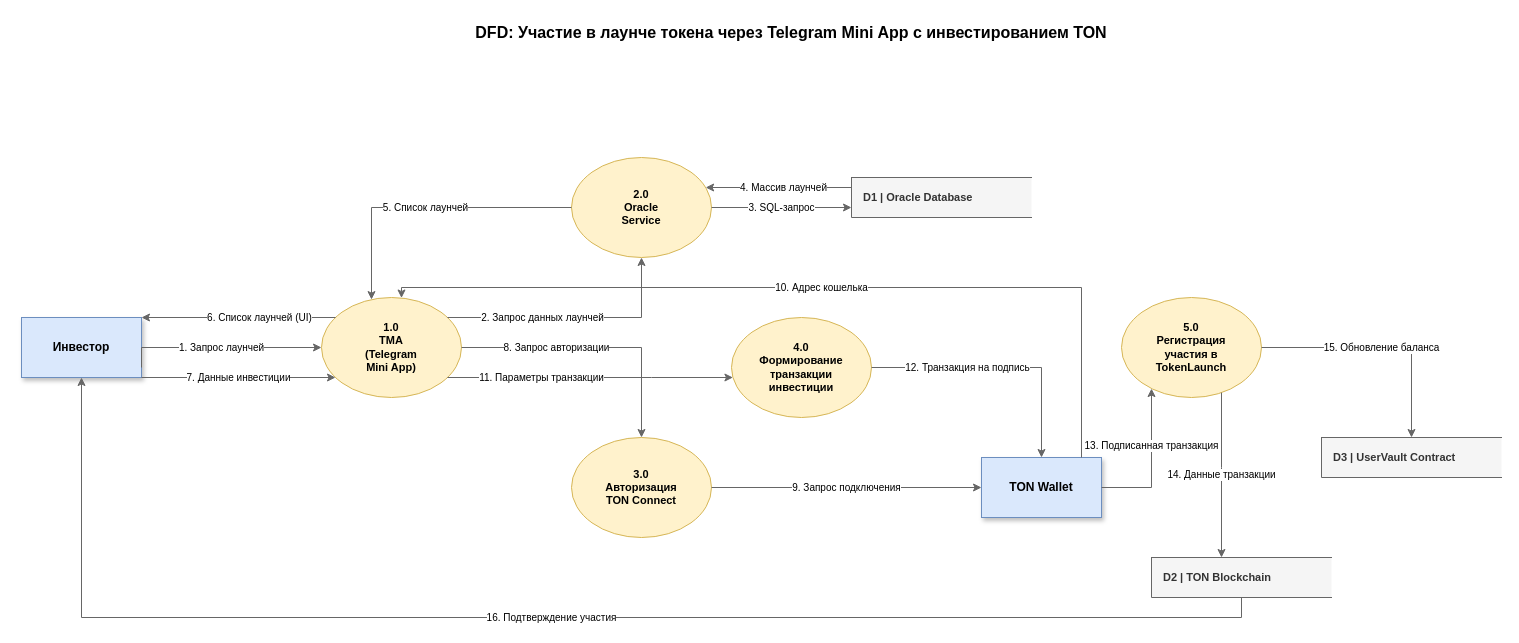
Before: diagrams/dfd/dfd1.drawio in dondarubin/system-engineering-playbook, a draw.io diagram. Source tidied: cells renumbered, new cells numbered last; positions are measured from the earlier drawing's top-left corner, leaving out a move shared by most shapes. Both pictures are drawn from the tidied source at 100%, with x=0, y=0 at pixel (21, 17).
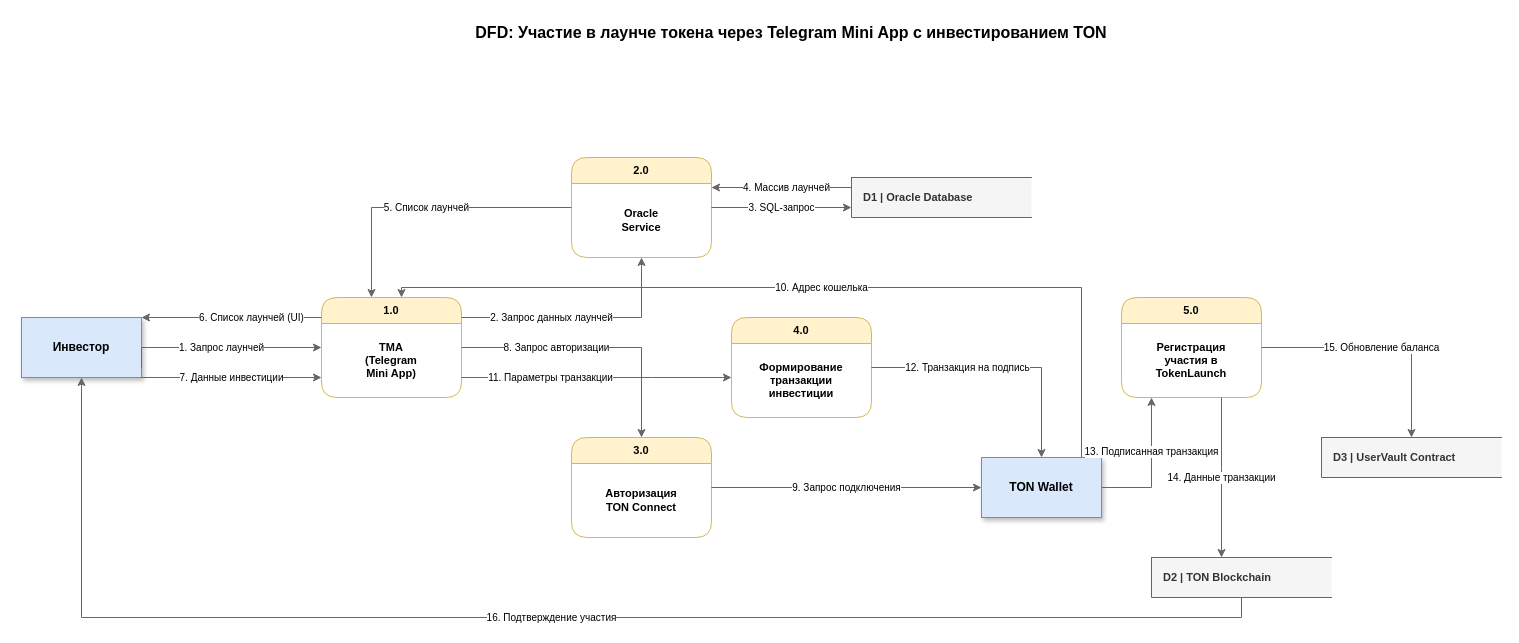
The same diagram, later.

Diff of the diagram source:
```diff
@@
-    <mxCell id="5" value="1.0&#10;TMA&#10;(Telegram&#10;Mini App)" style="ellipse;whiteSpace=wrap;html=1;fillColor=#fff2cc;strokeColor=#d6b656;fontSize=11;fontStyle=1;" parent="1" vertex="1">
+    <mxCell id="5" value="1.0" style="swimlane;rounded=1;whiteSpace=wrap;html=1;startSize=26;fillColor=#fff2cc;strokeColor=#d6b656;fontSize=11;fontStyle=1;arcSize=20;horizontal=1;" parent="1" vertex="1">
       <mxGeometry x="300" y="280" width="140" height="100" as="geometry" />
     </mxCell>
+    <mxCell id="29" value="TMA&#10;(Telegram&#10;Mini App)" style="text;html=1;strokeColor=none;fillColor=none;align=center;verticalAlign=middle;whiteSpace=wrap;rounded=0;fontSize=11;fontStyle=1;" parent="5" vertex="1">
+      <mxGeometry y="26" width="140" height="74" as="geometry" />
+    </mxCell>
-    <mxCell id="6" value="2.0&#10;Oracle&#10;Service" style="ellipse;whiteSpace=wrap;html=1;fillColor=#fff2cc;strokeColor=#d6b656;fontSize=11;fontStyle=1;" parent="1" vertex="1">
+    <mxCell id="6" value="2.0" style="swimlane;rounded=1;whiteSpace=wrap;html=1;startSize=26;fillColor=#fff2cc;strokeColor=#d6b656;fontSize=11;fontStyle=1;arcSize=20;horizontal=1;" parent="1" vertex="1">
       <mxGeometry x="550" y="140" width="140" height="100" as="geometry" />
     </mxCell>
+    <mxCell id="30" value="Oracle&#10;Service" style="text;html=1;strokeColor=none;fillColor=none;align=center;verticalAlign=middle;whiteSpace=wrap;rounded=0;fontSize=11;fontStyle=1;" parent="6" vertex="1">
+      <mxGeometry y="26" width="140" height="74" as="geometry" />
+    </mxCell>
-    <mxCell id="7" value="3.0&#10;Авторизация&#10;TON Connect" style="ellipse;whiteSpace=wrap;html=1;fillColor=#fff2cc;strokeColor=#d6b656;fontSize=11;fontStyle=1;" parent="1" vertex="1">
+    <mxCell id="7" value="3.0" style="swimlane;rounded=1;whiteSpace=wrap;html=1;startSize=26;fillColor=#fff2cc;strokeColor=#d6b656;fontSize=11;fontStyle=1;arcSize=20;horizontal=1;" parent="1" vertex="1">
       <mxGeometry x="550" y="420" width="140" height="100" as="geometry" />
     </mxCell>
+    <mxCell id="31" value="Авторизация&#10;TON Connect" style="text;html=1;strokeColor=none;fillColor=none;align=center;verticalAlign=middle;whiteSpace=wrap;rounded=0;fontSize=11;fontStyle=1;" parent="7" vertex="1">
+      <mxGeometry y="26" width="140" height="74" as="geometry" />
+    </mxCell>
-    <mxCell id="8" value="4.0&#10;Формирование&#10;транзакции&#10;инвестиции" style="ellipse;whiteSpace=wrap;html=1;fillColor=#fff2cc;strokeColor=#d6b656;fontSize=11;fontStyle=1;" parent="1" vertex="1">
+    <mxCell id="8" value="4.0" style="swimlane;rounded=1;whiteSpace=wrap;html=1;startSize=26;fillColor=#fff2cc;strokeColor=#d6b656;fontSize=11;fontStyle=1;arcSize=20;horizontal=1;" parent="1" vertex="1">
       <mxGeometry x="710" y="300" width="140" height="100" as="geometry" />
     </mxCell>
+    <mxCell id="32" value="Формирование&#10;транзакции&#10;инвестиции" style="text;html=1;strokeColor=none;fillColor=none;align=center;verticalAlign=middle;whiteSpace=wrap;rounded=0;fontSize=11;fontStyle=1;" parent="8" vertex="1">
+      <mxGeometry y="26" width="140" height="74" as="geometry" />
+    </mxCell>
-    <mxCell id="9" value="5.0&#10;Регистрация&#10;участия в&#10;TokenLaunch" style="ellipse;whiteSpace=wrap;html=1;fillColor=#fff2cc;strokeColor=#d6b656;fontSize=11;fontStyle=1;" parent="1" vertex="1">
+    <mxCell id="9" value="5.0" style="swimlane;rounded=1;whiteSpace=wrap;html=1;startSize=26;fillColor=#fff2cc;strokeColor=#d6b656;fontSize=11;fontStyle=1;arcSize=20;horizontal=1;" parent="1" vertex="1">
       <mxGeometry x="1100" y="280" width="140" height="100" as="geometry" />
     </mxCell>
+    <mxCell id="33" value="Регистрация&#10;участия в&#10;TokenLaunch" style="text;html=1;strokeColor=none;fillColor=none;align=center;verticalAlign=middle;whiteSpace=wrap;rounded=0;fontSize=11;fontStyle=1;" parent="9" vertex="1">
+      <mxGeometry y="26" width="140" height="74" as="geometry" />
+    </mxCell>
```
